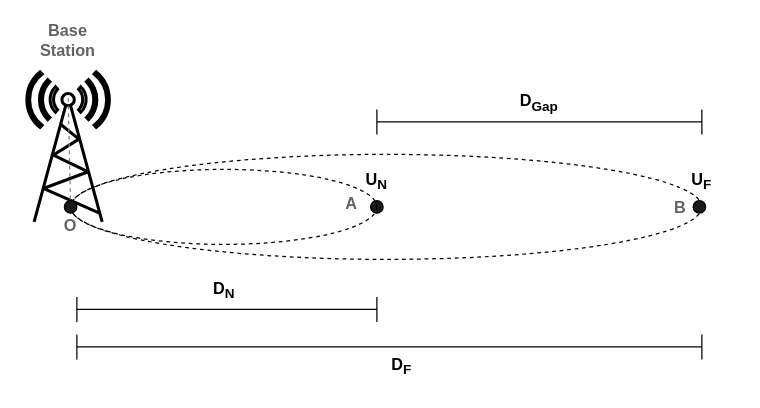
The draw.io diagram System Diagram.drawio in Lazarus-GS/NOMA-Diagrams, before the edit. Source tidied: cells renumbered, new cells numbered last; positions are measured from the earlier drawing's top-left corner, leaving out a move shared by most shapes. Both pictures are drawn from the tidied source at 125%, with x=0, y=0 at pixel (26, 21).
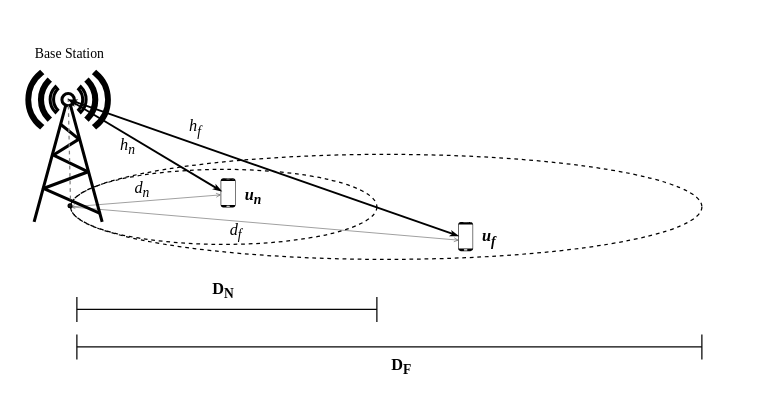
Above is the later version.

Unchanged cells that the change refers to:
```xml
<mxCell id="6" style="ellipse;whiteSpace=wrap;html=1;fillColor=none;dashed=1;" parent="1" vertex="1">
  <mxGeometry x="35" y="118" width="245" height="60" as="geometry" />
</mxCell>
```

Change to the diagram source:
```diff
@@
-    <mxCell id="3" style="fontColor=#0066CC;verticalAlign=top;verticalLabelPosition=bottom;labelPosition=center;align=center;html=1;fillColor=#FFFFFF;strokeColor=#000000;gradientColor=none;gradientDirection=north;strokeWidth=2;shape=mxgraph.networks.radio_tower;rounded=1;shadow=0;comic=0;labelBackgroundColor=none;" parent="1" vertex="1">
+    <mxCell id="3" style="fontColor=#0066CC;verticalAlign=top;verticalLabelPosition=bottom;labelPosition=center;align=center;html=1;fillColor=default;strokeColor=default;gradientColor=none;gradientDirection=north;strokeWidth=2;shape=mxgraph.networks.radio_tower;rounded=1;shadow=0;comic=0;labelBackgroundColor=none;perimeterSpacing=0;" parent="1" vertex="1">
       <mxGeometry y="40" width="66" height="120" as="geometry" />
     </mxCell>
-    <mxCell id="4" style="ellipse;whiteSpace=wrap;html=1;fillColor=#191919;" parent="1" vertex="1">
-      <mxGeometry x="275" y="143" width="10" height="10" as="geometry" />
-    </mxCell>
-    <mxCell id="5" style="ellipse;whiteSpace=wrap;html=1;fillColor=#191919;" parent="1" vertex="1">
-      <mxGeometry x="533" y="143" width="10" height="10" as="geometry" />
-    </mxCell>
@@
-    <mxCell id="8" value="&lt;b style=&quot;font-size: 13px;&quot;&gt;U&lt;sub&gt;N&lt;/sub&gt;&lt;/b&gt;" style="text;html=1;strokeColor=none;fillColor=none;align=center;verticalAlign=middle;whiteSpace=wrap;rounded=0;dashed=1;" parent="1" vertex="1">
-      <mxGeometry x="250" y="113" width="60" height="30" as="geometry" />
+    <mxCell id="8" value="&lt;span style=&quot;font-size: 13px;&quot;&gt;&lt;b&gt;&lt;i&gt;u&lt;sub&gt;n&lt;/sub&gt;&lt;/i&gt;&lt;/b&gt;&lt;/span&gt;" style="text;html=1;strokeColor=none;fillColor=none;align=center;verticalAlign=middle;whiteSpace=wrap;rounded=0;dashed=1;fontFamily=Times New Roman;" parent="1" vertex="1">
+      <mxGeometry x="169" y="133.6" width="25" height="12.5" as="geometry" />
     </mxCell>
-    <mxCell id="9" value="&lt;span style=&quot;font-size: 13px;&quot;&gt;&lt;b&gt;U&lt;sub&gt;F&lt;/sub&gt;&lt;/b&gt;&lt;/span&gt;" style="text;html=1;strokeColor=none;fillColor=none;align=center;verticalAlign=middle;whiteSpace=wrap;rounded=0;dashed=1;" parent="1" vertex="1">
-      <mxGeometry x="510" y="113" width="60" height="30" as="geometry" />
+    <mxCell id="9" value="&lt;span style=&quot;font-size: 13px;&quot;&gt;&lt;b&gt;&lt;i&gt;u&lt;sub&gt;f&lt;/sub&gt;&lt;/i&gt;&lt;/b&gt;&lt;/span&gt;" style="text;html=1;strokeColor=none;fillColor=none;align=center;verticalAlign=middle;whiteSpace=wrap;rounded=0;dashed=1;fontFamily=Times New Roman;" parent="1" vertex="1">
+      <mxGeometry x="355" y="158" width="30" height="30" as="geometry" />
     </mxCell>
-    <mxCell id="10" value="&lt;span style=&quot;font-size: 13px;&quot;&gt;&lt;span&gt;&lt;font color=&quot;#636363&quot;&gt;A&lt;/font&gt;&lt;/span&gt;&lt;/span&gt;" style="text;html=1;strokeColor=none;fillColor=none;align=center;verticalAlign=middle;whiteSpace=wrap;rounded=0;dashed=1;fontStyle=1;" parent="1" vertex="1">
-      <mxGeometry x="230" y="130" width="60" height="30" as="geometry" />
-    </mxCell>
-    <mxCell id="11" value="&lt;span style=&quot;font-size: 13px;&quot;&gt;&lt;span&gt;&lt;font color=&quot;#636363&quot;&gt;B&lt;/font&gt;&lt;/span&gt;&lt;/span&gt;" style="text;html=1;strokeColor=none;fillColor=none;align=center;verticalAlign=middle;whiteSpace=wrap;rounded=0;dashed=1;fontStyle=1;" parent="1" vertex="1">
-      <mxGeometry x="513" y="133" width="20" height="30" as="geometry" />
-    </mxCell>
@@
-    <mxCell id="13" value="&lt;span style=&quot;font-size: 13px;&quot;&gt;&lt;span&gt;&lt;font color=&quot;#636363&quot;&gt;Base Station&lt;/font&gt;&lt;/span&gt;&lt;/span&gt;" style="text;html=1;strokeColor=none;fillColor=none;align=center;verticalAlign=middle;whiteSpace=wrap;rounded=0;dashed=1;fontStyle=1;" parent="1" vertex="1">
-      <mxGeometry x="3" width="60" height="30" as="geometry" />
+    <mxCell id="13" value="&lt;span style=&quot;font-size: 11px;&quot;&gt;&lt;span style=&quot;font-size: 11px; font-weight: normal;&quot;&gt;&lt;font face=&quot;Times New Roman&quot; style=&quot;font-size: 11px;&quot;&gt;Base Station&lt;/font&gt;&lt;/span&gt;&lt;/span&gt;" style="text;html=1;strokeColor=none;fillColor=none;align=center;verticalAlign=middle;whiteSpace=wrap;rounded=0;dashed=1;fontStyle=1;fontSize=11;" parent="1" vertex="1">
+      <mxGeometry x="-4" y="10" width="77" height="30" as="geometry" />
     </mxCell>
@@
-    <mxCell id="16" value="&lt;span style=&quot;font-size: 13px;&quot;&gt;&lt;b&gt;D&lt;sub&gt;N&lt;/sub&gt;&lt;/b&gt;&lt;/span&gt;" style="text;html=1;strokeColor=none;fillColor=none;align=center;verticalAlign=middle;whiteSpace=wrap;rounded=0;dashed=1;" parent="1" vertex="1">
-      <mxGeometry x="127.5" y="200" width="60" height="30" as="geometry" />
+    <mxCell id="16" value="&lt;span style=&quot;font-size: 13px;&quot;&gt;&lt;b&gt;D&lt;sub&gt;N&lt;/sub&gt;&lt;/b&gt;&lt;/span&gt;" style="text;html=1;strokeColor=none;fillColor=none;align=center;verticalAlign=middle;whiteSpace=wrap;rounded=0;dashed=1;fontFamily=Times New Roman;" parent="1" vertex="1">
+      <mxGeometry x="145" y="200" width="25" height="30" as="geometry" />
     </mxCell>
-    <mxCell id="17" value="&lt;span style=&quot;font-size: 13px;&quot;&gt;&lt;b&gt;D&lt;sub&gt;F&lt;/sub&gt;&lt;/b&gt;&lt;/span&gt;" style="text;html=1;strokeColor=none;fillColor=none;align=center;verticalAlign=middle;whiteSpace=wrap;rounded=0;dashed=1;" parent="1" vertex="1">
-      <mxGeometry x="270" y="261" width="60" height="30" as="geometry" />
+    <mxCell id="17" value="&lt;span style=&quot;font-size: 13px;&quot;&gt;&lt;b&gt;D&lt;sub&gt;F&lt;/sub&gt;&lt;/b&gt;&lt;/span&gt;" style="text;html=1;strokeColor=none;fillColor=none;align=center;verticalAlign=middle;whiteSpace=wrap;rounded=0;dashed=1;fontFamily=Times New Roman;" parent="1" vertex="1">
+      <mxGeometry x="290" y="261" width="20" height="30" as="geometry" />
     </mxCell>
@@
-    <mxCell id="22" style="group;" parent="1" vertex="1">
-      <mxGeometry x="280" y="70" width="260" height="20" as="geometry" />
-    </mxCell>
-    <mxCell id="23" style="endArrow=none;html=1;rounded=0;fontSize=13;fontColor=#636363;strokeColor=#050505;strokeWidth=1;" parent="22" edge="1">
-      <mxGeometry relative="1" as="geometry">
-        <mxPoint y="10" as="sourcePoint" />
-        <mxPoint x="260" y="10" as="targetPoint" />
-      </mxGeometry>
-    </mxCell>
-    <mxCell id="24" style="endArrow=none;html=1;rounded=0;fontSize=13;fontColor=#636363;strokeColor=#050505;strokeWidth=1;" parent="22" edge="1">
-      <mxGeometry relative="1" as="geometry">
-        <mxPoint y="20" as="sourcePoint" />
-        <mxPoint as="targetPoint" />
-      </mxGeometry>
-    </mxCell>
-    <mxCell id="25" style="endArrow=none;html=1;rounded=0;fontSize=13;fontColor=#636363;strokeColor=#050505;strokeWidth=1;" parent="22" edge="1">
-      <mxGeometry relative="1" as="geometry">
-        <mxPoint x="260" y="20" as="sourcePoint" />
-        <mxPoint x="260" as="targetPoint" />
-      </mxGeometry>
-    </mxCell>
-    <mxCell id="26" value="&lt;span style=&quot;font-size: 13px;&quot;&gt;&lt;b&gt;D&lt;sub&gt;Gap&lt;/sub&gt;&lt;/b&gt;&lt;/span&gt;" style="text;html=1;strokeColor=none;fillColor=none;align=center;verticalAlign=middle;whiteSpace=wrap;rounded=0;dashed=1;" parent="1" vertex="1">
-      <mxGeometry x="380" y="50" width="60" height="30" as="geometry" />
-    </mxCell>
     <mxCell id="27" style="ellipse;whiteSpace=wrap;html=1;fillColor=#191919;" parent="1" vertex="1">
-      <mxGeometry x="30" y="143" width="10" height="10" as="geometry" />
+      <mxGeometry x="33" y="145.5" width="3" height="3" as="geometry" />
     </mxCell>
-    <mxCell id="28" value="&lt;span style=&quot;font-size: 13px;&quot;&gt;&lt;span&gt;&lt;font color=&quot;#636363&quot;&gt;O&lt;br&gt;&lt;/font&gt;&lt;/span&gt;&lt;/span&gt;" style="text;html=1;strokeColor=none;fillColor=none;align=center;verticalAlign=middle;whiteSpace=wrap;rounded=0;dashed=1;fontStyle=1;" parent="1" vertex="1">
-      <mxGeometry x="25" y="148" width="20" height="30" as="geometry" />
-    </mxCell>
+    <mxCell id="29" style="endArrow=classicThin;html=1;rounded=0;strokeColor=#000000;exitX=0.503;exitY=0.184;exitDx=0;exitDy=0;exitPerimeter=0;strokeWidth=1.5;startArrow=classicThin;startFill=1;endFill=1;endSize=2;startSize=2;" parent="1" edge="1" source="3">
+      <mxGeometry relative="1" as="geometry">
+        <mxPoint x="155.7" y="135.4" as="targetPoint" />
+      </mxGeometry>
+    </mxCell>
+    <mxCell id="30" style="endArrow=classicThin;html=1;rounded=0;exitX=0.507;exitY=0.185;exitDx=0;exitDy=0;exitPerimeter=0;strokeColor=#000000;strokeWidth=1.5;startArrow=classicThin;startFill=1;endFill=1;endSize=2;startSize=2;" parent="1" edge="1" source="3">
+      <mxGeometry relative="1" as="geometry">
+        <mxPoint x="345.3" y="171.3" as="targetPoint" />
+      </mxGeometry>
+    </mxCell>
+    <mxCell id="31" value="&lt;span style=&quot;font-size: 13px;&quot;&gt;&lt;i&gt;h&lt;sub&gt;f&lt;/sub&gt;&lt;/i&gt;&lt;/span&gt;" style="text;html=1;strokeColor=none;fillColor=none;align=center;verticalAlign=middle;whiteSpace=wrap;rounded=0;dashed=1;fontFamily=Times New Roman;" parent="1" vertex="1">
+      <mxGeometry x="105" y="70" width="60" height="30" as="geometry" />
+    </mxCell>
+    <mxCell id="32" value="&lt;span style=&quot;font-size: 13px;&quot;&gt;&lt;i&gt;h&lt;sub&gt;n&lt;/sub&gt;&lt;/i&gt;&lt;/span&gt;" style="text;html=1;strokeColor=none;fillColor=none;align=center;verticalAlign=middle;whiteSpace=wrap;rounded=0;dashed=1;fontFamily=Times New Roman;" parent="1" vertex="1">
+      <mxGeometry x="69" y="85" width="24" height="30" as="geometry" />
+    </mxCell>
+    <mxCell id="33" style="endArrow=open;html=1;rounded=0;exitX=0;exitY=0.5;exitDx=0;exitDy=0;strokeWidth=0.3;startArrow=open;startFill=0;endFill=0;endSize=3;startSize=3;" parent="1" edge="1" source="6">
+      <mxGeometry relative="1" as="geometry">
+        <mxPoint x="155" y="138.4" as="targetPoint" />
+      </mxGeometry>
+    </mxCell>
+    <mxCell id="34" style="endArrow=open;html=1;rounded=0;exitX=0;exitY=0.5;exitDx=0;exitDy=0;entryX=0.024;entryY=0.625;entryDx=0;entryDy=0;entryPerimeter=0;strokeWidth=0.3;startArrow=none;startFill=0;endFill=0;endSize=3;startSize=3;" parent="1" edge="1" source="6" target="38">
+      <mxGeometry relative="1" as="geometry" />
+    </mxCell>
+    <mxCell id="35" value="&lt;span style=&quot;font-size: 13px;&quot;&gt;&lt;i style=&quot;&quot;&gt;d&lt;sub style=&quot;&quot;&gt;n&lt;/sub&gt;&lt;/i&gt;&lt;/span&gt;" style="text;html=1;strokeColor=none;fillColor=none;align=center;verticalAlign=middle;whiteSpace=wrap;rounded=0;dashed=1;fontFamily=Times New Roman;" parent="1" vertex="1">
+      <mxGeometry x="80" y="118.5" width="25" height="30" as="geometry" />
+    </mxCell>
+    <mxCell id="36" value="&lt;span style=&quot;font-size: 13px;&quot;&gt;&lt;i style=&quot;&quot;&gt;d&lt;sub style=&quot;&quot;&gt;f&lt;/sub&gt;&lt;/i&gt;&lt;/span&gt;" style="text;html=1;strokeColor=none;fillColor=none;align=center;verticalAlign=middle;whiteSpace=wrap;rounded=0;dashed=1;fontFamily=Times New Roman;" parent="1" vertex="1">
+      <mxGeometry x="155" y="153.4" width="25" height="30" as="geometry" />
+    </mxCell>
+    <mxCell id="37" style="verticalLabelPosition=bottom;verticalAlign=top;html=1;shadow=0;dashed=0;strokeWidth=0.1;shape=mxgraph.android.phone2;strokeColor=none;fillColor=#000000;" parent="1" vertex="1">
+      <mxGeometry x="155" y="125.1" width="12" height="23.4" as="geometry" />
+    </mxCell>
+    <mxCell id="38" style="verticalLabelPosition=bottom;verticalAlign=top;html=1;shadow=0;dashed=0;strokeWidth=0.1;shape=mxgraph.android.phone2;strokeColor=none;fillColor=#000000;" parent="1" vertex="1">
+      <mxGeometry x="345" y="160" width="12" height="23.4" as="geometry" />
+    </mxCell>
```
